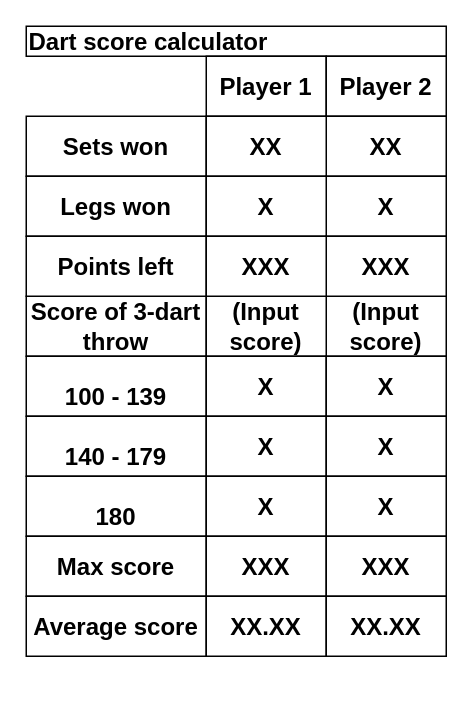
The draw.io diagram schemes/score_calculator_GUI_sketch.drawio in KostasEreksonas/Dart_scoreboard, before the edit. Source tidied: cells renumbered, new cells numbered last; positions are measured from the earlier drawing's top-left corner, leaving out a move shared by most shapes. Both pictures are drawn from the tidied source at 150%, with x=0, y=0 at pixel (26, 26).
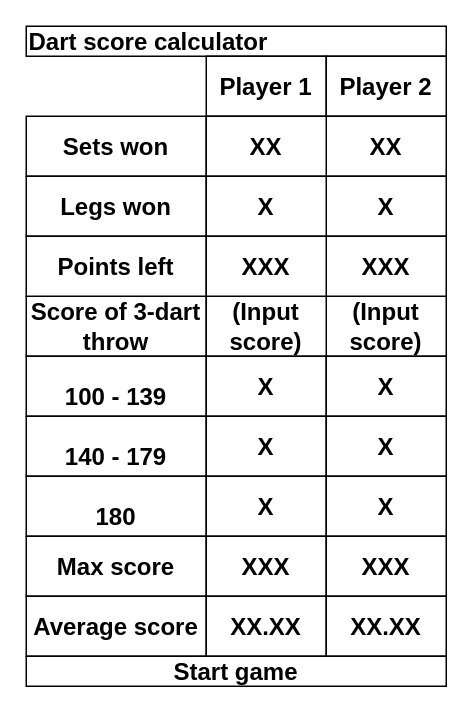
The same diagram, later.

Commit message:
Added a start game button to the GUI sketch

What changed in the source:
```diff
@@
+    <mxCell id="32" value="&lt;font style=&quot;font-size: 16px&quot;&gt;&lt;b&gt;Start game&lt;br&gt;&lt;/b&gt;&lt;/font&gt;" style="rounded=0;whiteSpace=wrap;html=1;" parent="1" vertex="1">
+      <mxGeometry y="420" width="280" height="20" as="geometry" />
+    </mxCell>
```
